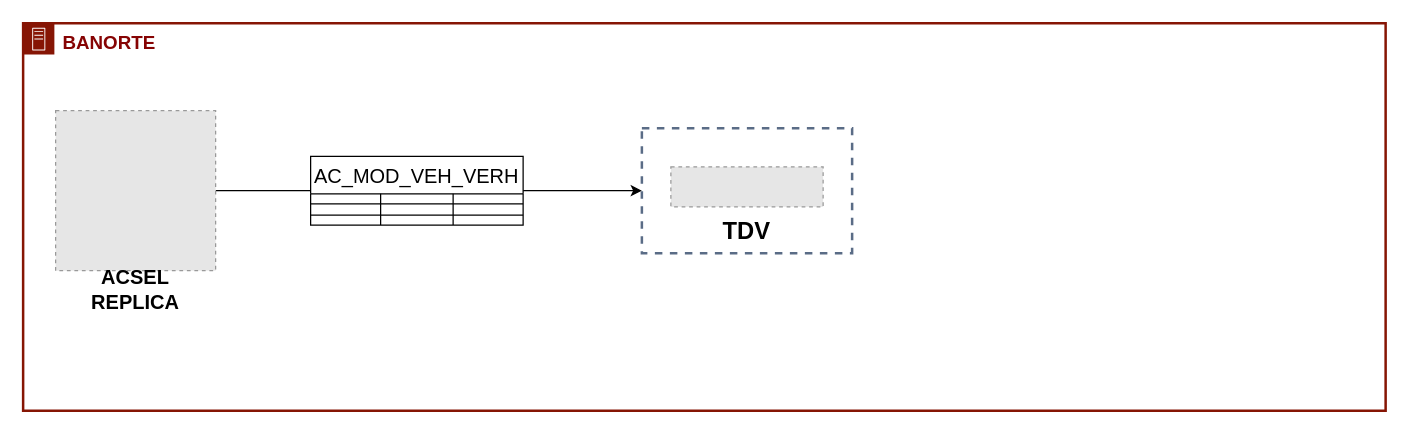
Above: CatalogoAutos.drawio in endoeca2/Diagramas (draw.io), before the change. Source tidied: cells renumbered, new cells numbered last; positions are measured from the earlier drawing's top-left corner, leaving out a move shared by most shapes. Both pictures are drawn from the tidied source at 125%, with x=0, y=0 at pixel (22, 22). Pictures stored in the file or linked from it are replaced by grey dashed boxes.
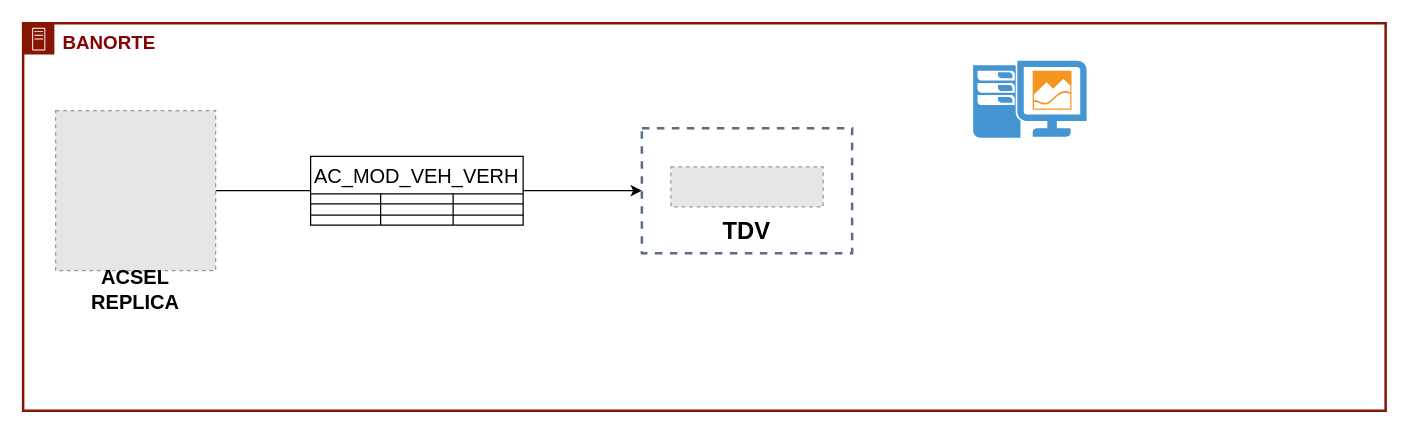
The same page after the edit.

Unchanged cells that the change refers to:
```xml
<mxCell id="2" value="&lt;b&gt;&lt;font color=&quot;#860303&quot; style=&quot;font-size: 15px;&quot;&gt;BANORTE&lt;/font&gt;&lt;/b&gt;" style="gradientColor=none;html=1;whiteSpace=wrap;fontSize=12;fontStyle=0;shape=mxgraph.aws4.group;grIcon=mxgraph.aws4.group_on_premise;strokeColor=#861504;fillColor=none;verticalAlign=top;align=left;spacingLeft=30;fontColor=#5A6C86;dashed=0;strokeWidth=2;" parent="1" vertex="1">
  <mxGeometry width="1090" height="310" as="geometry" />
</mxCell>
```

Change to the diagram source:
```diff
@@
+    <mxCell id="23" style="shadow=0;dashed=0;html=1;strokeColor=none;fillColor=#4495D1;labelPosition=center;verticalLabelPosition=bottom;verticalAlign=top;align=center;shape=mxgraph.veeam.one_client;" parent="2" vertex="1">
+      <mxGeometry x="760" y="30" width="90.8" height="61.6" as="geometry" />
+    </mxCell>
```
